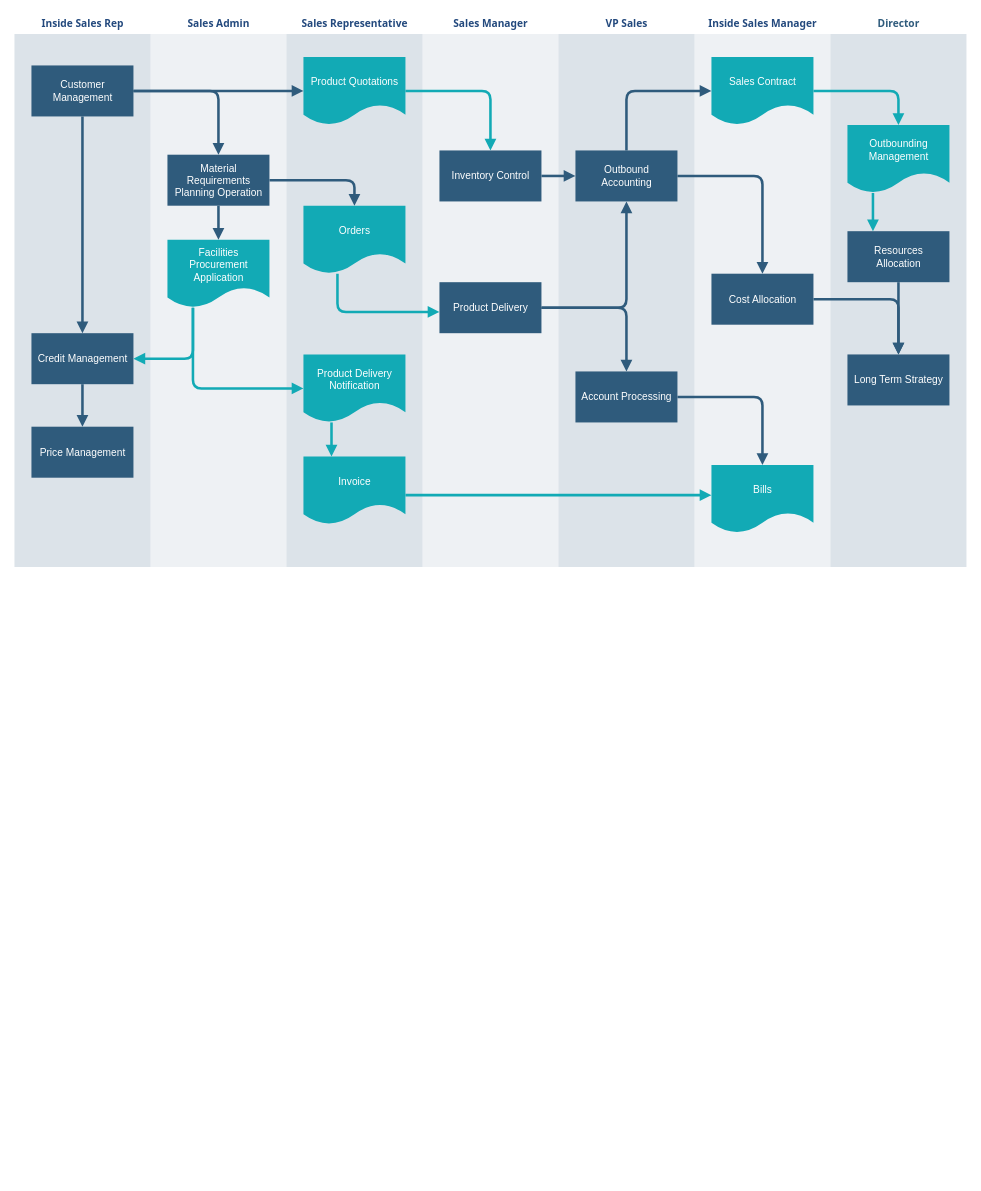
Above: 未命名绘图2.drawio in xktder/draw (draw.io), before the change. Source tidied: cells renumbered, new cells numbered last; positions are measured from the earlier drawing's top-left corner, leaving out a move shared by most shapes. Both pictures are drawn from the tidied source at 85%, with x=0, y=0 at pixel (14, 14).
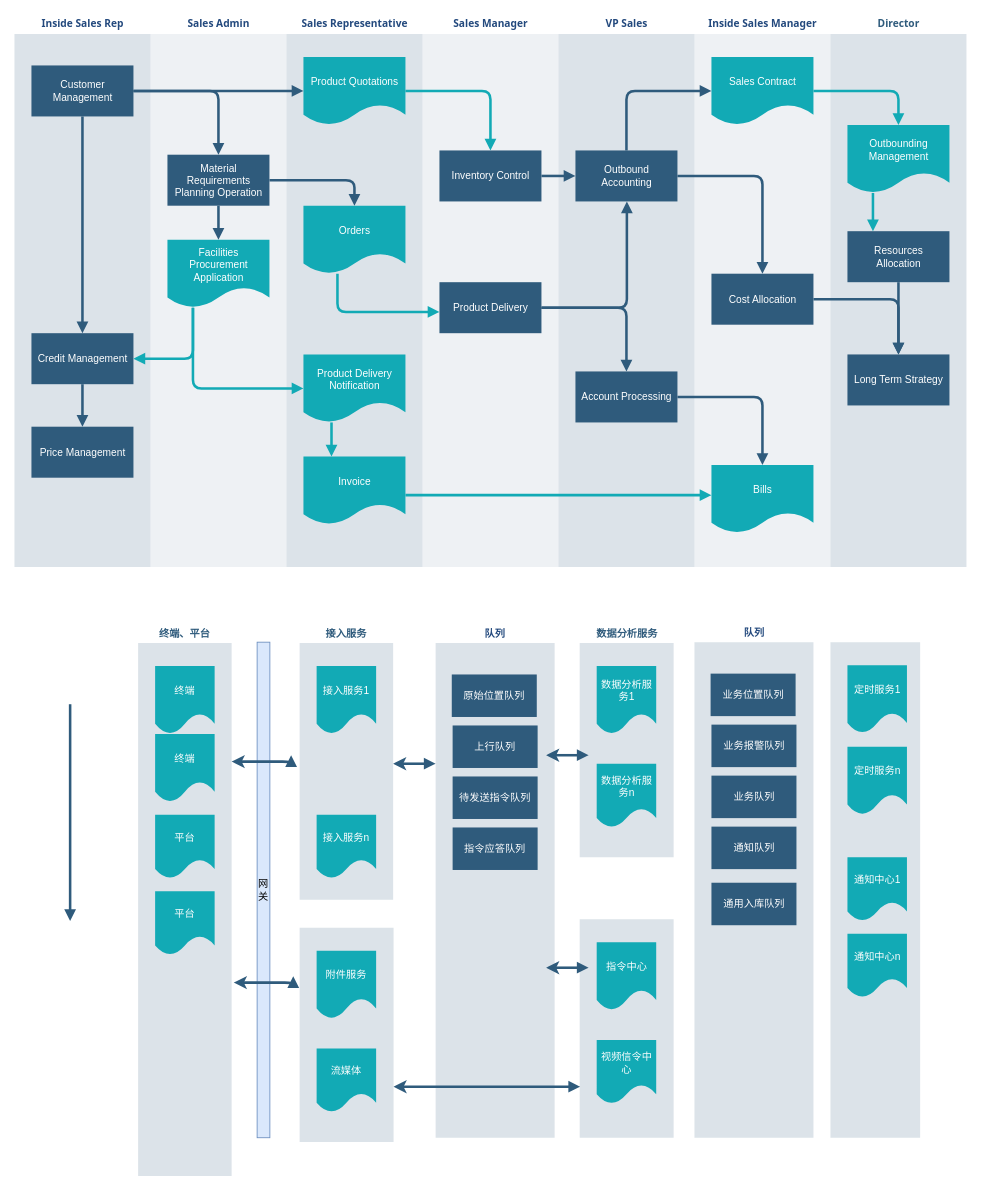
The same diagram, later.

Commit message:
更新未命名绘图2.drawio

The change refers to these unchanged cells:
```xml
<mxCell id="13" value="Outbound Accounting" style="whiteSpace=wrap;fillColor=#2f5b7c;strokeColor=none;shadow=0;fontColor=#FFFFFF;fontFamily=Helvetica;fontStyle=0;html=1;fontSize=12;spacing=6;verticalAlign=middle;" parent="12" vertex="1">
  <mxGeometry x="20" y="160" width="120" height="60" as="geometry" />
</mxCell>
<mxCell id="27" value="Product Delivery" style="whiteSpace=wrap;strokeColor=none;fillColor=#2f5b7c;shadow=0;fontColor=#FFFFFF;fontFamily=Helvetica;fontStyle=0;html=1;fontSize=12;spacing=6;verticalAlign=middle;" parent="25" vertex="1">
  <mxGeometry x="20" y="315" width="120" height="60" as="geometry" />
</mxCell>
```

Diff of the diagram source:
```diff
@@
     <mxCell id="43" style="edgeStyle=segmentEdgeStyle;strokeColor=#2F5B7C;strokeWidth=3;html=1;endArrow=block;endFill=1;" parent="1" edge="1" source="27" target="13">
-      <mxGeometry x="644.5" y="308.5" as="geometry" />
+      <mxGeometry x="644.5" y="308.5" as="geometry">
+        <Array as="points">
+          <mxPoint x="721" y="346" />
+        </Array>
+      </mxGeometry>
     </mxCell>
@@
+    <mxCell id="50" value="&lt;font color=&quot;#23497d&quot;&gt;队列&lt;/font&gt;" style="swimlane;whiteSpace=wrap;fillColor=none;swimlaneFillColor=#BAC8D3;fontColor=#2F5B7C;fontFamily=Tahoma;html=1;strokeColor=none;opacity=50;" parent="1" vertex="1">
+      <mxGeometry x="496" y="717" width="140" height="605" as="geometry" />
+    </mxCell>
+    <mxCell id="51" value="原始位置队列" style="whiteSpace=wrap;fillColor=#2f5b7c;strokeColor=none;shadow=0;fontColor=#FFFFFF;fontFamily=Helvetica;fontStyle=0;html=1;fontSize=12;spacing=6;verticalAlign=middle;" parent="50" vertex="1">
+      <mxGeometry x="19" y="60" width="100" height="50" as="geometry" />
+    </mxCell>
+    <mxCell id="52" value="上行队列" style="whiteSpace=wrap;fillColor=#2f5b7c;strokeColor=none;shadow=0;fontColor=#FFFFFF;fontFamily=Helvetica;fontStyle=0;html=1;fontSize=12;spacing=6;verticalAlign=middle;" parent="50" vertex="1">
+      <mxGeometry x="20" y="120" width="100" height="50" as="geometry" />
+    </mxCell>
+    <mxCell id="53" value="待发送指令队列" style="whiteSpace=wrap;fillColor=#2f5b7c;strokeColor=none;shadow=0;fontColor=#FFFFFF;fontFamily=Helvetica;fontStyle=0;html=1;fontSize=12;spacing=6;verticalAlign=middle;" parent="50" vertex="1">
+      <mxGeometry x="20" y="180" width="100" height="50" as="geometry" />
+    </mxCell>
+    <mxCell id="54" value="指令应答队列" style="whiteSpace=wrap;fillColor=#2f5b7c;strokeColor=none;shadow=0;fontColor=#FFFFFF;fontFamily=Helvetica;fontStyle=0;html=1;fontSize=12;spacing=6;verticalAlign=middle;" parent="50" vertex="1">
+      <mxGeometry x="20" y="240" width="100" height="50" as="geometry" />
+    </mxCell>
+    <mxCell id="55" value="终端、平台" style="swimlane;whiteSpace=wrap;fillColor=none;swimlaneFillColor=#BAC8D3;fontColor=#2F5B7C;fontFamily=Tahoma;html=1;strokeColor=none;opacity=50;startSize=23;" parent="1" vertex="1">
+      <mxGeometry x="146" y="717" width="110" height="650" as="geometry" />
+    </mxCell>
+    <mxCell id="56" value="终端" style="shape=document;whiteSpace=wrap;verticalAlign=middle;strokeColor=none;fillColor=#12aab5;shadow=0;fontColor=#FFFFFF;fontFamily=Helvetica;fontStyle=0;html=1;fontSize=12;spacing=6;spacingBottom=22;" parent="55" vertex="1">
+      <mxGeometry x="20" y="50" width="70" height="80" as="geometry" />
+    </mxCell>
+    <mxCell id="57" value="平台" style="shape=document;whiteSpace=wrap;verticalAlign=middle;strokeColor=none;fillColor=#12aab5;shadow=0;fontColor=#FFFFFF;fontFamily=Helvetica;fontStyle=0;html=1;fontSize=12;spacing=6;spacingBottom=22;" parent="55" vertex="1">
+      <mxGeometry x="20" y="225" width="70" height="75" as="geometry" />
+    </mxCell>
+    <mxCell id="58" value="终端" style="shape=document;whiteSpace=wrap;verticalAlign=middle;strokeColor=none;fillColor=#12aab5;shadow=0;fontColor=#FFFFFF;fontFamily=Helvetica;fontStyle=0;html=1;fontSize=12;spacing=6;spacingBottom=22;" parent="55" vertex="1">
+      <mxGeometry x="20" y="130" width="70" height="80" as="geometry" />
+    </mxCell>
+    <mxCell id="59" value="平台" style="shape=document;whiteSpace=wrap;verticalAlign=middle;strokeColor=none;fillColor=#12aab5;shadow=0;fontColor=#FFFFFF;fontFamily=Helvetica;fontStyle=0;html=1;fontSize=12;spacing=6;spacingBottom=22;" parent="55" vertex="1">
+      <mxGeometry x="20" y="315" width="70" height="75" as="geometry" />
+    </mxCell>
+    <mxCell id="60" style="edgeStyle=orthogonalEdgeStyle;rounded=1;orthogonalLoop=1;jettySize=auto;html=1;endArrow=block;strokeColor=#2F5B7C;strokeWidth=3;endFill=1;startArrow=classic;startFill=1;" parent="1" edge="1">
+      <mxGeometry relative="1" as="geometry">
+        <mxPoint x="446" y="882" as="sourcePoint" />
+        <mxPoint x="496" y="882" as="targetPoint" />
+      </mxGeometry>
+    </mxCell>
+    <mxCell id="61" value="接入服务" style="swimlane;whiteSpace=wrap;fillColor=none;swimlaneFillColor=#BAC8D3;fontColor=#2F5B7C;fontFamily=Tahoma;html=1;strokeColor=none;opacity=50;" parent="1" vertex="1">
+      <mxGeometry x="336" y="717" width="110" height="325" as="geometry" />
+    </mxCell>
+    <mxCell id="62" value="接入服务1" style="shape=document;whiteSpace=wrap;verticalAlign=middle;strokeColor=none;fillColor=#12aab5;shadow=0;fontColor=#FFFFFF;fontFamily=Helvetica;fontStyle=0;html=1;fontSize=12;spacing=6;spacingBottom=22;" parent="61" vertex="1">
+      <mxGeometry x="20" y="50" width="70" height="80" as="geometry" />
+    </mxCell>
+    <mxCell id="63" value="接入服务n" style="shape=document;whiteSpace=wrap;verticalAlign=middle;strokeColor=none;fillColor=#12aab5;shadow=0;fontColor=#FFFFFF;fontFamily=Helvetica;fontStyle=0;html=1;fontSize=12;spacing=6;spacingBottom=22;" parent="61" vertex="1">
+      <mxGeometry x="20" y="225" width="70" height="75" as="geometry" />
+    </mxCell>
+    <mxCell id="64" value="网关" style="rounded=0;whiteSpace=wrap;html=1;fillColor=#dae8fc;strokeColor=#6c8ebf;" parent="1" vertex="1">
+      <mxGeometry x="286" y="739" width="15" height="583" as="geometry" />
+    </mxCell>
+    <mxCell id="65" style="edgeStyle=segmentEdgeStyle;strokeColor=#2F5B7C;strokeWidth=3;html=1;endArrow=block;endFill=1;" parent="1" edge="1">
+      <mxGeometry relative="1" as="geometry">
+        <mxPoint x="66" y="812" as="sourcePoint" />
+        <mxPoint x="66" y="1067" as="targetPoint" />
+      </mxGeometry>
+    </mxCell>
+    <mxCell id="66" style="edgeStyle=segmentEdgeStyle;strokeColor=#2F5B7C;strokeWidth=3;html=1;endArrow=block;endFill=1;exitX=1;exitY=0.25;exitDx=0;exitDy=0;startArrow=classic;startFill=1;" parent="1" edge="1" source="55">
+      <mxGeometry relative="1" as="geometry">
+        <mxPoint x="326" y="872" as="targetPoint" />
+        <Array as="points">
+          <mxPoint x="326" y="880" />
+          <mxPoint x="326" y="872" />
+        </Array>
+      </mxGeometry>
+    </mxCell>
+    <mxCell id="67" value="数据分析服务" style="swimlane;whiteSpace=wrap;fillColor=none;swimlaneFillColor=#BAC8D3;fontColor=#2F5B7C;fontFamily=Tahoma;html=1;strokeColor=none;opacity=50;" parent="1" vertex="1">
+      <mxGeometry x="665.5" y="717" width="110.5" height="275" as="geometry" />
+    </mxCell>
+    <mxCell id="68" value="数据分析服务1" style="shape=document;whiteSpace=wrap;verticalAlign=middle;strokeColor=none;fillColor=#12aab5;shadow=0;fontColor=#FFFFFF;fontFamily=Helvetica;fontStyle=0;html=1;fontSize=12;spacing=6;spacingBottom=22;" parent="67" vertex="1">
+      <mxGeometry x="20" y="50" width="70" height="80" as="geometry" />
+    </mxCell>
+    <mxCell id="69" value="数据分析服务n" style="shape=document;whiteSpace=wrap;verticalAlign=middle;strokeColor=none;fillColor=#12aab5;shadow=0;fontColor=#FFFFFF;fontFamily=Helvetica;fontStyle=0;html=1;fontSize=12;spacing=6;spacingBottom=22;" parent="67" vertex="1">
+      <mxGeometry x="20" y="165" width="70" height="75" as="geometry" />
+    </mxCell>
+    <mxCell id="70" style="swimlane;whiteSpace=wrap;fillColor=none;swimlaneFillColor=#BAC8D3;fontColor=#2F5B7C;fontFamily=Tahoma;html=1;strokeColor=none;opacity=50;" parent="1" vertex="1">
+      <mxGeometry x="336" y="1052" width="110.5" height="275" as="geometry" />
+    </mxCell>
+    <mxCell id="71" value="附件服务" style="shape=document;whiteSpace=wrap;verticalAlign=middle;strokeColor=none;fillColor=#12aab5;shadow=0;fontColor=#FFFFFF;fontFamily=Helvetica;fontStyle=0;html=1;fontSize=12;spacing=6;spacingBottom=22;" parent="70" vertex="1">
+      <mxGeometry x="20" y="50" width="70" height="80" as="geometry" />
+    </mxCell>
+    <mxCell id="72" value="流媒体" style="shape=document;whiteSpace=wrap;verticalAlign=middle;strokeColor=none;fillColor=#12aab5;shadow=0;fontColor=#FFFFFF;fontFamily=Helvetica;fontStyle=0;html=1;fontSize=12;spacing=6;spacingBottom=22;" parent="70" vertex="1">
+      <mxGeometry x="20" y="165" width="70" height="75" as="geometry" />
+    </mxCell>
+    <mxCell id="73" style="edgeStyle=segmentEdgeStyle;strokeColor=#2F5B7C;strokeWidth=3;html=1;endArrow=block;endFill=1;exitX=1;exitY=0.25;exitDx=0;exitDy=0;startArrow=classic;startFill=1;" parent="1" edge="1">
+      <mxGeometry relative="1" as="geometry">
+        <mxPoint x="258.5" y="1139.5" as="sourcePoint" />
+        <mxPoint x="328.5" y="1132" as="targetPoint" />
+        <Array as="points">
+          <mxPoint x="329" y="1140" />
+        </Array>
+      </mxGeometry>
+    </mxCell>
+    <mxCell id="74" style="swimlane;whiteSpace=wrap;fillColor=none;swimlaneFillColor=#BAC8D3;fontColor=#2F5B7C;fontFamily=Tahoma;html=1;strokeColor=none;opacity=50;startSize=23;" parent="1" vertex="1">
+      <mxGeometry x="665.5" y="1042" width="110.5" height="280" as="geometry" />
+    </mxCell>
+    <mxCell id="75" value="指令中心" style="shape=document;whiteSpace=wrap;verticalAlign=middle;strokeColor=none;fillColor=#12aab5;shadow=0;fontColor=#FFFFFF;fontFamily=Helvetica;fontStyle=0;html=1;fontSize=12;spacing=6;spacingBottom=22;" parent="74" vertex="1">
+      <mxGeometry x="20" y="50" width="70" height="80" as="geometry" />
+    </mxCell>
+    <mxCell id="76" value="视频信令中心" style="shape=document;whiteSpace=wrap;verticalAlign=middle;strokeColor=none;fillColor=#12aab5;shadow=0;fontColor=#FFFFFF;fontFamily=Helvetica;fontStyle=0;html=1;fontSize=12;spacing=6;spacingBottom=22;" parent="74" vertex="1">
+      <mxGeometry x="20" y="165" width="70" height="75" as="geometry" />
+    </mxCell>
+    <mxCell id="77" style="edgeStyle=orthogonalEdgeStyle;rounded=1;orthogonalLoop=1;jettySize=auto;html=1;endArrow=block;strokeColor=#2F5B7C;strokeWidth=3;endFill=1;startArrow=classic;startFill=1;" parent="1" edge="1">
+      <mxGeometry relative="1" as="geometry">
+        <mxPoint x="626" y="1122" as="sourcePoint" />
+        <mxPoint x="676" y="1122" as="targetPoint" />
+      </mxGeometry>
+    </mxCell>
+    <mxCell id="78" style="edgeStyle=orthogonalEdgeStyle;rounded=1;orthogonalLoop=1;jettySize=auto;html=1;endArrow=block;strokeColor=#2F5B7C;strokeWidth=3;endFill=1;startArrow=classic;startFill=1;" parent="1" edge="1">
+      <mxGeometry relative="1" as="geometry">
+        <mxPoint x="446.5" y="1262" as="sourcePoint" />
+        <mxPoint x="666" y="1262" as="targetPoint" />
+      </mxGeometry>
+    </mxCell>
+    <mxCell id="79" style="edgeStyle=orthogonalEdgeStyle;rounded=1;orthogonalLoop=1;jettySize=auto;html=1;endArrow=block;strokeColor=#2F5B7C;strokeWidth=3;endFill=1;startArrow=classic;startFill=1;" parent="1" edge="1">
+      <mxGeometry relative="1" as="geometry">
+        <mxPoint x="626" y="872" as="sourcePoint" />
+        <mxPoint x="676" y="872" as="targetPoint" />
+      </mxGeometry>
+    </mxCell>
+    <mxCell id="80" value="&lt;font color=&quot;#23497d&quot;&gt;队列&lt;/font&gt;" style="swimlane;whiteSpace=wrap;fillColor=none;swimlaneFillColor=#BAC8D3;fontColor=#2F5B7C;fontFamily=Tahoma;html=1;strokeColor=none;opacity=50;" parent="1" vertex="1">
+      <mxGeometry x="800.5" y="716" width="140" height="606" as="geometry" />
+    </mxCell>
+    <mxCell id="81" value="业务位置队列" style="whiteSpace=wrap;fillColor=#2f5b7c;strokeColor=none;shadow=0;fontColor=#FFFFFF;fontFamily=Helvetica;fontStyle=0;html=1;fontSize=12;spacing=6;verticalAlign=middle;" parent="80" vertex="1">
+      <mxGeometry x="19" y="60" width="100" height="50" as="geometry" />
+    </mxCell>
+    <mxCell id="82" value="业务报警队列" style="whiteSpace=wrap;fillColor=#2f5b7c;strokeColor=none;shadow=0;fontColor=#FFFFFF;fontFamily=Helvetica;fontStyle=0;html=1;fontSize=12;spacing=6;verticalAlign=middle;" parent="80" vertex="1">
+      <mxGeometry x="20" y="120" width="100" height="50" as="geometry" />
+    </mxCell>
+    <mxCell id="83" value="业务队列" style="whiteSpace=wrap;fillColor=#2f5b7c;strokeColor=none;shadow=0;fontColor=#FFFFFF;fontFamily=Helvetica;fontStyle=0;html=1;fontSize=12;spacing=6;verticalAlign=middle;" parent="80" vertex="1">
+      <mxGeometry x="20" y="180" width="100" height="50" as="geometry" />
+    </mxCell>
+    <mxCell id="84" value="通知队列" style="whiteSpace=wrap;fillColor=#2f5b7c;strokeColor=none;shadow=0;fontColor=#FFFFFF;fontFamily=Helvetica;fontStyle=0;html=1;fontSize=12;spacing=6;verticalAlign=middle;" parent="80" vertex="1">
+      <mxGeometry x="20" y="240" width="100" height="50" as="geometry" />
+    </mxCell>
+    <mxCell id="85" value="通用入库队列" style="whiteSpace=wrap;fillColor=#2f5b7c;strokeColor=none;shadow=0;fontColor=#FFFFFF;fontFamily=Helvetica;fontStyle=0;html=1;fontSize=12;spacing=6;verticalAlign=middle;" parent="80" vertex="1">
+      <mxGeometry x="20" y="306" width="100" height="50" as="geometry" />
+    </mxCell>
+    <mxCell id="86" style="swimlane;whiteSpace=wrap;fillColor=none;swimlaneFillColor=#BAC8D3;fontColor=#2F5B7C;fontFamily=Tahoma;html=1;strokeColor=none;opacity=50;" parent="1" vertex="1">
+      <mxGeometry x="960.5" y="716" width="105.5" height="606" as="geometry" />
+    </mxCell>
+    <mxCell id="87" value="定时服务1" style="shape=document;whiteSpace=wrap;verticalAlign=middle;strokeColor=none;fillColor=#12aab5;shadow=0;fontColor=#FFFFFF;fontFamily=Helvetica;fontStyle=0;html=1;fontSize=12;spacing=6;spacingBottom=22;" parent="86" vertex="1">
+      <mxGeometry x="20" y="50" width="70" height="80" as="geometry" />
+    </mxCell>
+    <mxCell id="88" value="通知中心1" style="shape=document;whiteSpace=wrap;verticalAlign=middle;strokeColor=none;fillColor=#12aab5;shadow=0;fontColor=#FFFFFF;fontFamily=Helvetica;fontStyle=0;html=1;fontSize=12;spacing=6;spacingBottom=22;" parent="86" vertex="1">
+      <mxGeometry x="20" y="276" width="70" height="75" as="geometry" />
+    </mxCell>
+    <mxCell id="89" value="通知中心n" style="shape=document;whiteSpace=wrap;verticalAlign=middle;strokeColor=none;fillColor=#12aab5;shadow=0;fontColor=#FFFFFF;fontFamily=Helvetica;fontStyle=0;html=1;fontSize=12;spacing=6;spacingBottom=22;" parent="86" vertex="1">
+      <mxGeometry x="20" y="366" width="70" height="75" as="geometry" />
+    </mxCell>
+    <mxCell id="90" value="定时服务n" style="shape=document;whiteSpace=wrap;verticalAlign=middle;strokeColor=none;fillColor=#12aab5;shadow=0;fontColor=#FFFFFF;fontFamily=Helvetica;fontStyle=0;html=1;fontSize=12;spacing=6;spacingBottom=22;" parent="86" vertex="1">
+      <mxGeometry x="20" y="146" width="70" height="80" as="geometry" />
+    </mxCell>
```
